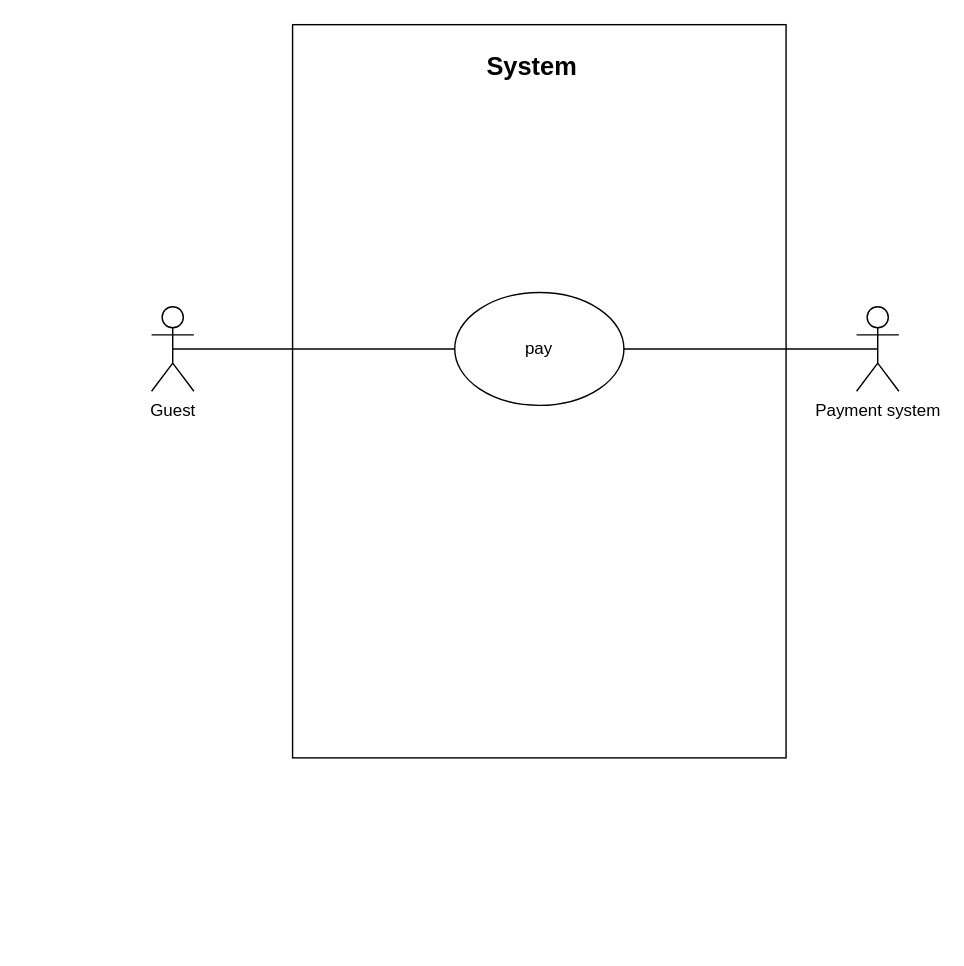
Above: page "Immediate purchase" (2 of 5) of use cases/use case 2.9.drawio in LevyIfta/Team-19B-Project (draw.io), before the change. Source tidied: cells renumbered, new cells numbered last; positions are measured from the earlier drawing's top-left corner, leaving out a move shared by most shapes. Both pictures are drawn from the tidied source at 141%, with x=0, y=0 at pixel (151, 24).
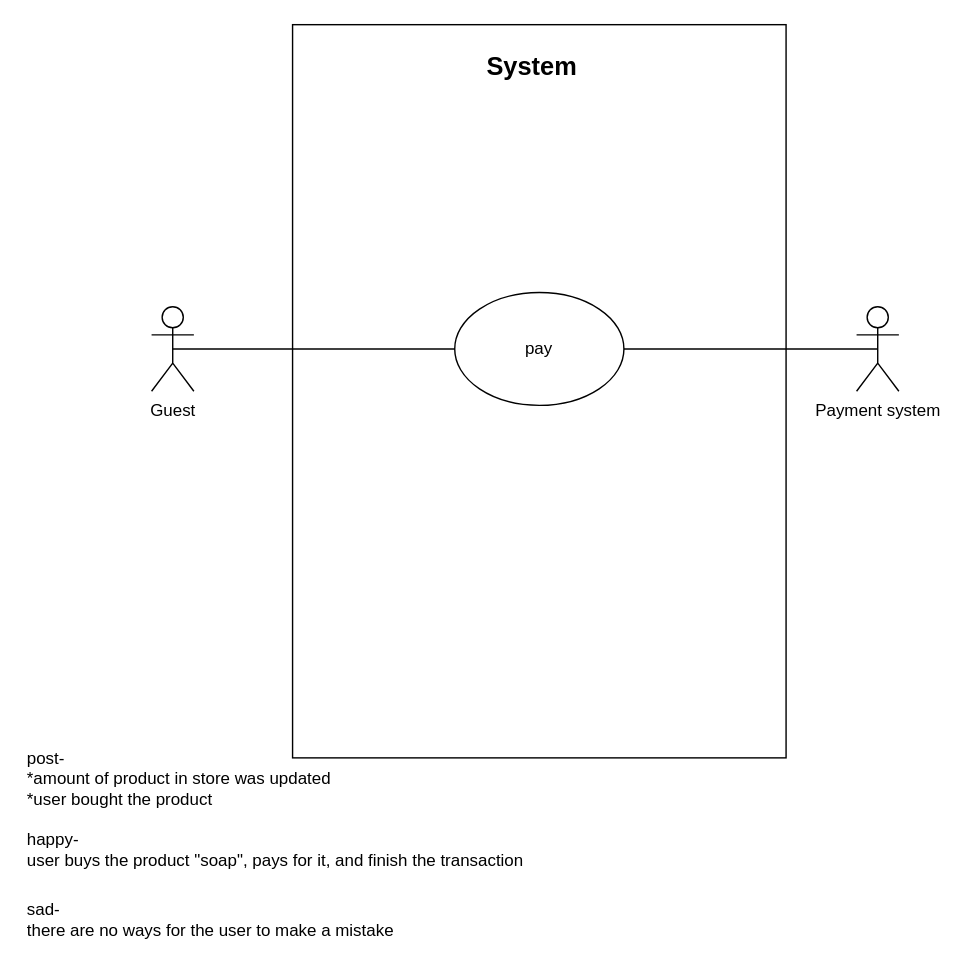
Above is the later version.

Change to the diagram source:
```diff
@@
 <mxGraphModel>
   <root>
     <mxCell id="0" />
     <mxCell id="1" parent="0" />
     <mxCell id="2" style="rounded=0;whiteSpace=wrap;html=1;" parent="1" vertex="1">
       <mxGeometry x="100" width="350" height="520" as="geometry" />
     </mxCell>
     <mxCell id="3" value="&lt;font style=&quot;font-size: 18px&quot;&gt;&lt;b&gt;System&lt;/b&gt;&lt;/font&gt;" style="text;html=1;strokeColor=none;fillColor=none;align=center;verticalAlign=middle;whiteSpace=wrap;rounded=0;" parent="1" vertex="1">
       <mxGeometry x="250" y="20" width="40" height="20" as="geometry" />
     </mxCell>
     <mxCell id="4" value="Guest" style="shape=umlActor;verticalLabelPosition=bottom;verticalAlign=top;html=1;outlineConnect=0;" parent="1" vertex="1">
       <mxGeometry y="200" width="30" height="60" as="geometry" />
     </mxCell>
     <mxCell id="5" value="pay" style="ellipse;whiteSpace=wrap;html=1;" parent="1" vertex="1">
       <mxGeometry x="215" y="190" width="120" height="80" as="geometry" />
     </mxCell>
     <mxCell id="6" style="endArrow=none;html=1;strokeWidth=1;exitX=0.5;exitY=0.5;exitDx=0;exitDy=0;exitPerimeter=0;entryX=0;entryY=0.5;entryDx=0;entryDy=0;" parent="1" edge="1" source="4" target="5">
       <mxGeometry relative="1" as="geometry" />
     </mxCell>
     <mxCell id="7" value="Payment system" style="shape=umlActor;verticalLabelPosition=bottom;verticalAlign=top;html=1;outlineConnect=0;" parent="1" vertex="1">
       <mxGeometry x="500" y="200" width="30" height="60" as="geometry" />
     </mxCell>
     <mxCell id="8" style="endArrow=none;html=1;strokeWidth=1;exitX=0.5;exitY=0.5;exitDx=0;exitDy=0;exitPerimeter=0;entryX=1;entryY=0.5;entryDx=0;entryDy=0;" parent="1" edge="1" source="7" target="5">
       <mxGeometry relative="1" as="geometry" />
     </mxCell>
+    <mxCell id="9" value="post-&lt;br&gt;*amount of product in store was updated&lt;br&gt;*user bought the product" style="text;html=1;strokeColor=none;fillColor=none;align=left;verticalAlign=middle;whiteSpace=wrap;rounded=0;" parent="1" vertex="1">
+      <mxGeometry x="-90" y="525" width="620" height="20" as="geometry" />
+    </mxCell>
+    <mxCell id="10" value="happy-&lt;br&gt;user buys the product &quot;soap&quot;, pays for it, and finish the transaction" style="text;html=1;align=left;verticalAlign=middle;strokeColor=none;" parent="1" vertex="1">
+      <mxGeometry x="-90" y="570" width="370" height="30" as="geometry" />
+    </mxCell>
+    <mxCell id="11" value="sad-&lt;br&gt;there are no ways for the user to make a mistake" style="text;html=1;align=left;verticalAlign=middle;strokeColor=none;" parent="1" vertex="1">
+      <mxGeometry x="-90" y="620" width="280" height="30" as="geometry" />
+    </mxCell>
   </root>
 </mxGraphModel>
```
